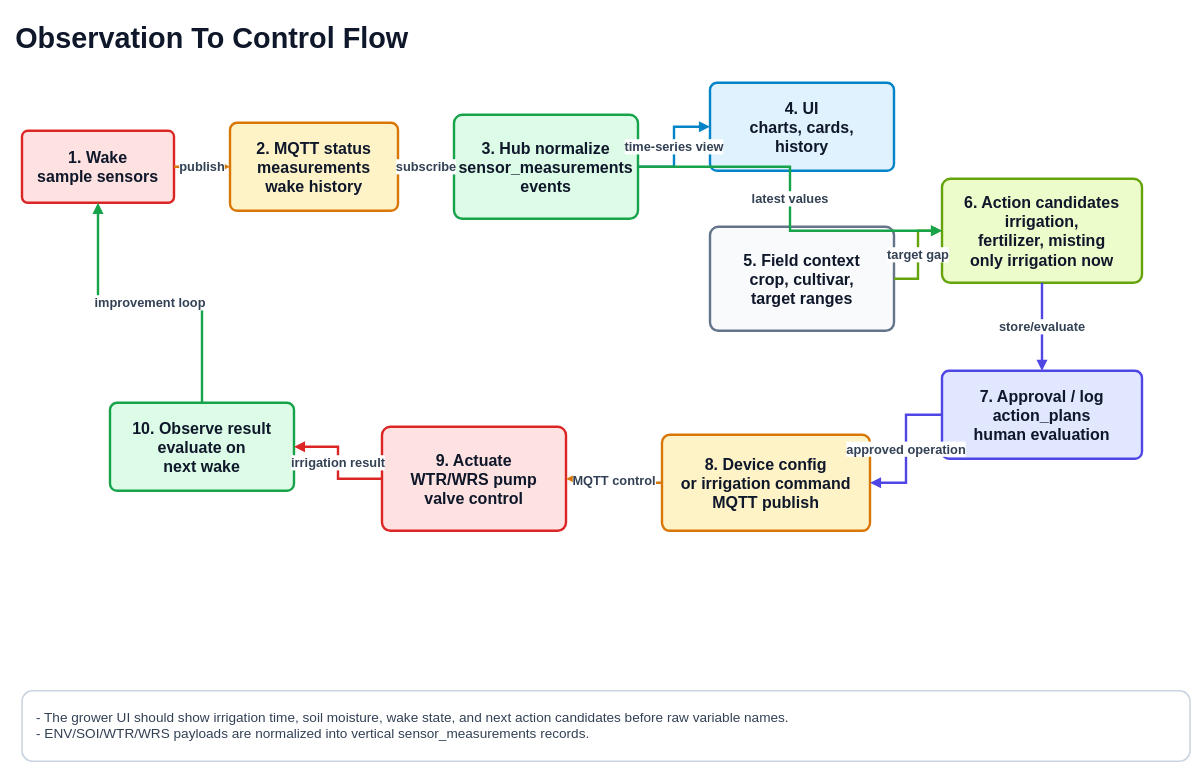
inastechnology/inas keeps this draw.io diagram as page "Data and Control Flow" (2 of 4) of docs/assets/inas_system_diagrams.drawio. Above is the earlier version. Source tidied: cells renumbered, new cells numbered last; positions are measured from the earlier drawing's top-left corner, leaving out a move shared by most shapes. Both pictures are drawn from the tidied source at 80%, with x=0, y=0 at pixel (14, 14).
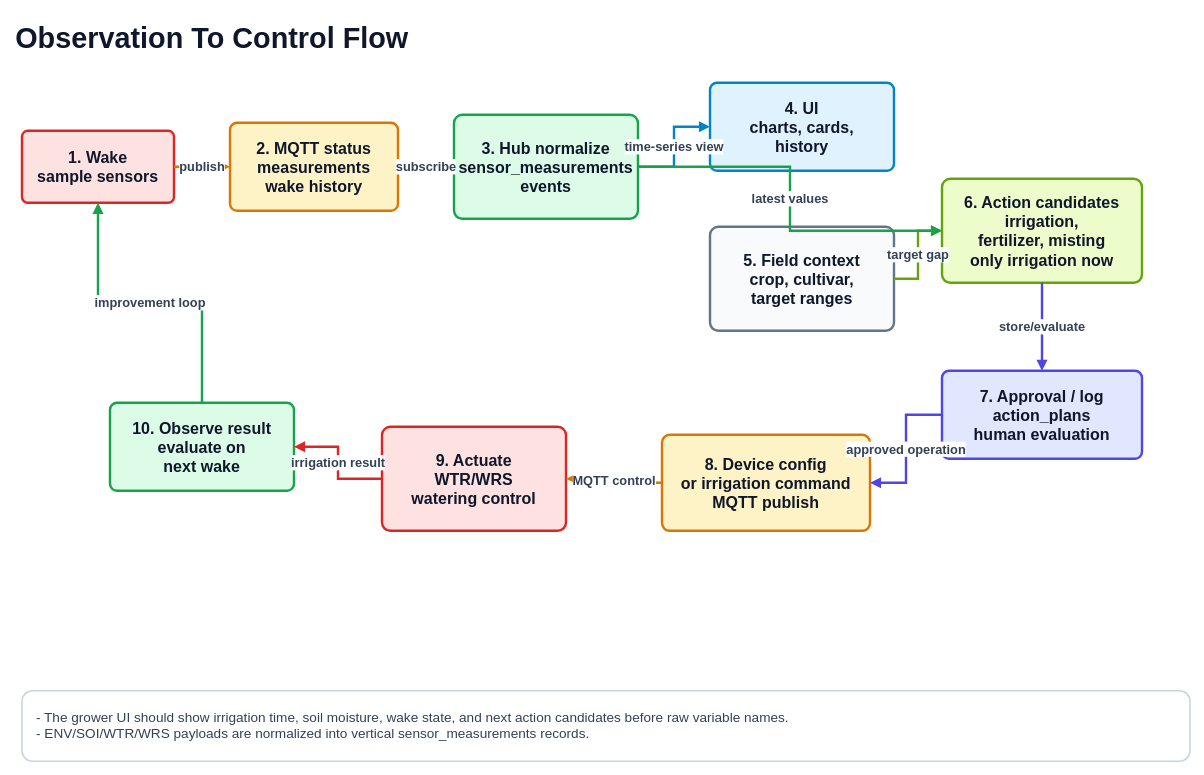
The same page after the edit.

Change to the diagram source:
```diff
@@
-    <mxCell id="11" value="9. Actuate&lt;br&gt;WTR/WRS pump&lt;br&gt;valve control" style="rounded=1;whiteSpace=wrap;html=1;fillColor=#fee2e2;strokeColor=#dc2626;strokeWidth=3;arcSize=8;fontColor=#0f172a;fontSize=20;fontStyle=1;align=center;verticalAlign=middle;" parent="1" vertex="1">
+    <mxCell id="11" value="9. Actuate&lt;br&gt;WTR/WRS&lt;br&gt;watering control" style="rounded=1;whiteSpace=wrap;html=1;fillColor=#fee2e2;strokeColor=#dc2626;strokeWidth=3;arcSize=8;fontColor=#0f172a;fontSize=20;fontStyle=1;align=center;verticalAlign=middle;" parent="1" vertex="1">
       <mxGeometry x="460" y="516" width="230" height="130" as="geometry" />
     </mxCell>
```
